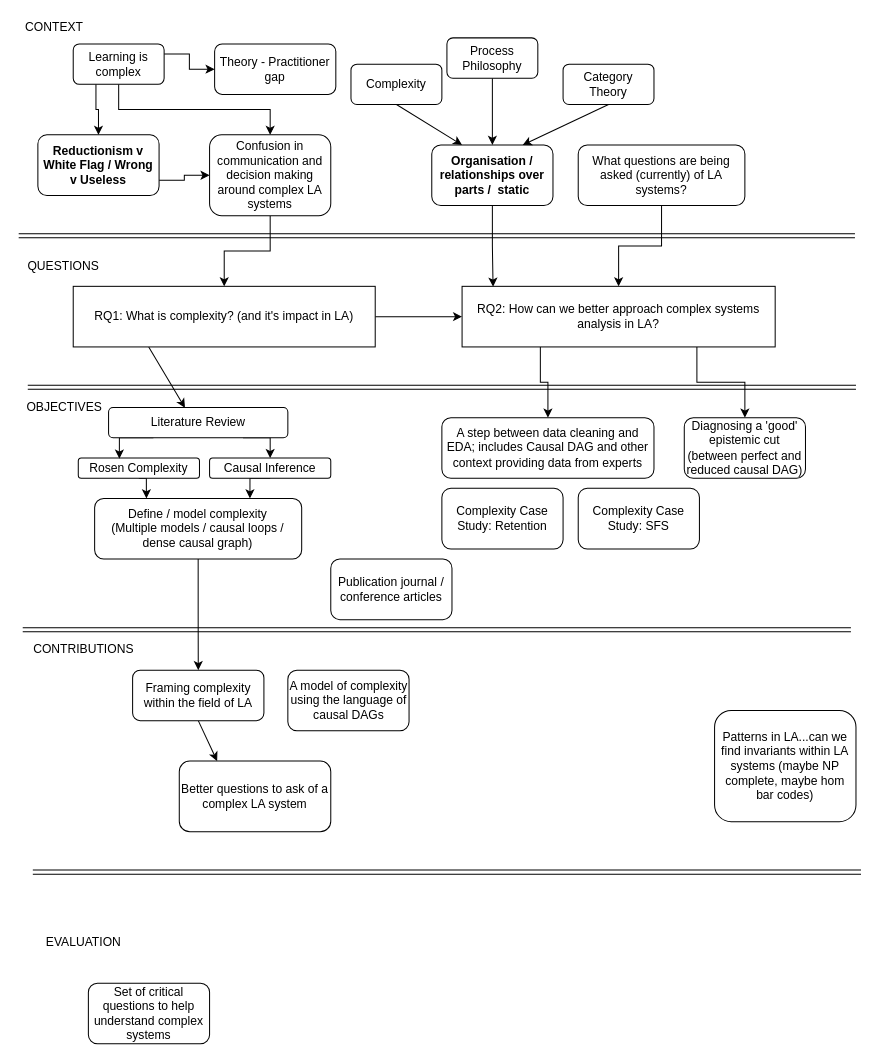
Earlier version of the draw.io diagram Thesis diagram 02.drawio (benwhicks/phd). Source tidied: cells renumbered, new cells numbered last; positions are measured from the earlier drawing's top-left corner, leaving out a move shared by most shapes. Both pictures are drawn from the tidied source at 101%, with x=0, y=0 at pixel (17, 17).
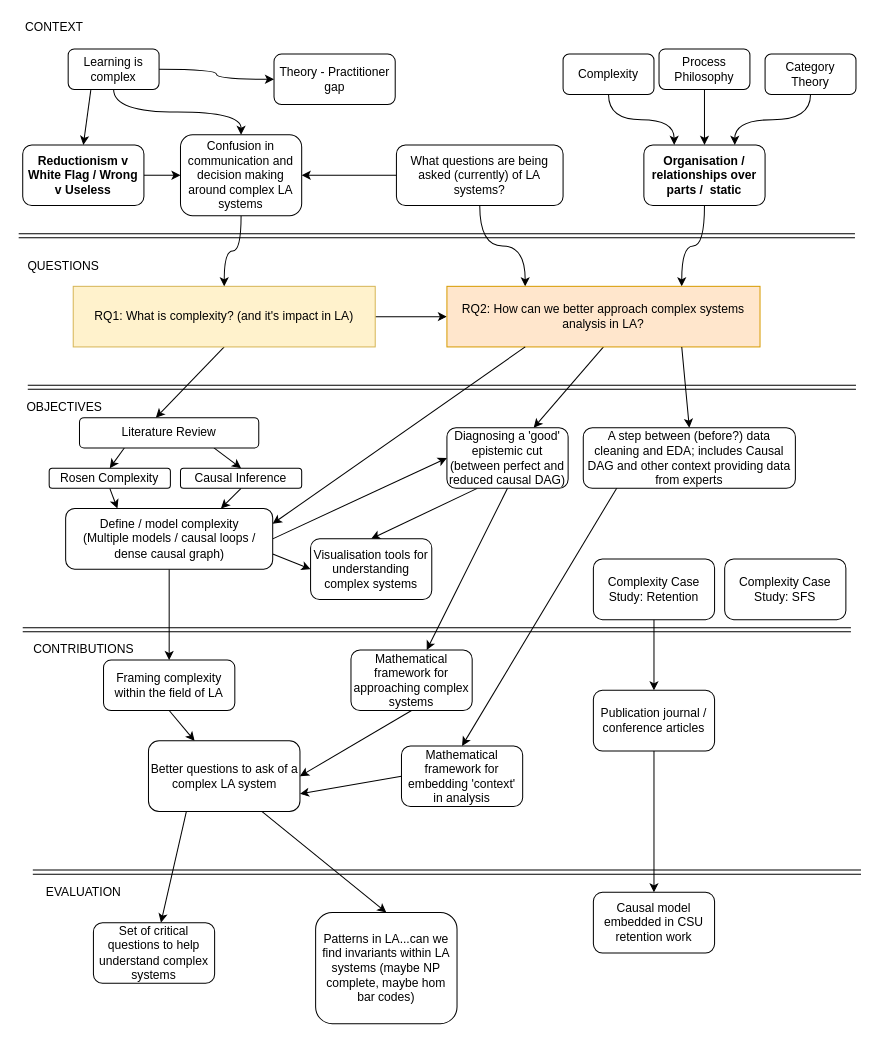
The same page after the edit.

What changed in the source:
```diff
@@
-    <mxCell id="2" style="rounded=0;jettySize=auto;html=1;exitX=0.25;exitY=1;exitDx=0;exitDy=0;entryX=0.426;entryY=0.005;entryDx=0;entryDy=0;entryPerimeter=0;" parent="1" edge="1" source="4" target="50">
+    <mxCell id="2" style="rounded=0;jettySize=auto;html=1;exitX=0.5;exitY=1;exitDx=0;exitDy=0;entryX=0.426;entryY=0.005;entryDx=0;entryDy=0;entryPerimeter=0;" parent="1" edge="1" source="4" target="50">
       <mxGeometry relative="1" as="geometry" />
     </mxCell>
@@
-    <mxCell id="4" value="&lt;span&gt;RQ1: What is complexity? (and it's impact in LA)&lt;/span&gt;" style="rounded=0;whiteSpace=wrap;html=1;" parent="1" vertex="1">
+    <mxCell id="4" value="&lt;span&gt;RQ1: What is complexity? (and it's impact in LA)&lt;/span&gt;" style="rounded=0;whiteSpace=wrap;html=1;fillColor=#fff2cc;strokeColor=#d6b656;" parent="1" vertex="1">
       <mxGeometry x="55" y="266" width="299" height="60" as="geometry" />
     </mxCell>
@@
     <mxCell id="11" value="EVALUATION" style="text;html=1;align=center;verticalAlign=middle;" parent="1" vertex="1">
-      <mxGeometry x="20" y="906" width="90" height="20" as="geometry" />
+      <mxGeometry x="20" y="856" width="90" height="20" as="geometry" />
     </mxCell>
@@
-    <mxCell id="13" style="rounded=0;jettySize=auto;html=1;exitX=0.5;exitY=1;exitDx=0;exitDy=0;entryX=0.25;entryY=0;entryDx=0;entryDy=0;" parent="1" edge="1" source="14" target="26">
+    <mxCell id="13" style="rounded=0;jettySize=auto;html=1;exitX=0.5;exitY=1;exitDx=0;exitDy=0;" parent="1" edge="1" source="14" target="26">
       <mxGeometry relative="1" as="geometry" />
     </mxCell>
     <mxCell id="14" value="Framing complexity within the field of LA" style="rounded=1;whiteSpace=wrap;html=1;" parent="1" vertex="1">
-      <mxGeometry x="113.8" y="646" width="130" height="50" as="geometry" />
+      <mxGeometry x="85" y="636" width="130" height="50" as="geometry" />
     </mxCell>
-    <mxCell id="15" style="edgeStyle=orthogonalEdgeStyle;rounded=0;jettySize=auto;html=1;exitX=0.5;exitY=1;exitDx=0;exitDy=0;entryX=0.5;entryY=0;entryDx=0;entryDy=0;" parent="1" edge="1" source="54" target="14">
+    <mxCell id="15" style="rounded=0;jettySize=auto;html=1;exitX=0.5;exitY=1;exitDx=0;exitDy=0;entryX=0.5;entryY=0;entryDx=0;entryDy=0;" parent="1" edge="1" source="54" target="14">
       <mxGeometry relative="1" as="geometry" />
     </mxCell>
-    <mxCell id="16" style="edgeStyle=orthogonalEdgeStyle;rounded=0;jettySize=auto;html=1;exitX=0.5;exitY=1;exitDx=0;exitDy=0;entryX=0.25;entryY=0;entryDx=0;entryDy=0;" parent="1" edge="1" source="17" target="54">
+    <mxCell id="16" style="rounded=0;jettySize=auto;html=1;exitX=0.5;exitY=1;exitDx=0;exitDy=0;entryX=0.25;entryY=0;entryDx=0;entryDy=0;" parent="1" edge="1" source="17" target="54">
       <mxGeometry relative="1" as="geometry" />
     </mxCell>
     <mxCell id="17" value="Rosen Complexity" style="rounded=1;whiteSpace=wrap;html=1;" parent="1" vertex="1">
-      <mxGeometry x="60" y="436" width="120" height="20" as="geometry" />
+      <mxGeometry x="31.2" y="446" width="120" height="20" as="geometry" />
     </mxCell>
-    <mxCell id="18" style="edgeStyle=orthogonalEdgeStyle;rounded=0;jettySize=auto;html=1;exitX=0.5;exitY=1;exitDx=0;exitDy=0;entryX=0.75;entryY=0;entryDx=0;entryDy=0;" parent="1" edge="1" source="19" target="54">
+    <mxCell id="18" style="rounded=0;jettySize=auto;html=1;exitX=0.5;exitY=1;exitDx=0;exitDy=0;entryX=0.75;entryY=0;entryDx=0;entryDy=0;" parent="1" edge="1" source="19" target="54">
       <mxGeometry relative="1" as="geometry" />
     </mxCell>
     <mxCell id="19" value="Causal Inference" style="rounded=1;whiteSpace=wrap;html=1;" parent="1" vertex="1">
-      <mxGeometry x="190" y="436" width="120" height="20" as="geometry" />
+      <mxGeometry x="161.2" y="446" width="120" height="20" as="geometry" />
     </mxCell>
     <mxCell id="20" value="Theory - Practitioner gap" style="rounded=1;whiteSpace=wrap;html=1;" parent="1" vertex="1">
-      <mxGeometry x="195" y="26" width="120" height="50" as="geometry" />
+      <mxGeometry x="253.8" y="36" width="120" height="50" as="geometry" />
     </mxCell>
-    <mxCell id="21" style="edgeStyle=orthogonalEdgeStyle;rounded=0;jettySize=auto;html=1;exitX=1;exitY=0.75;exitDx=0;exitDy=0;entryX=0;entryY=0.5;entryDx=0;entryDy=0;" parent="1" edge="1" source="22" target="44">
+    <mxCell id="21" style="rounded=0;jettySize=auto;html=1;exitX=1;exitY=0.5;exitDx=0;exitDy=0;entryX=0;entryY=0.5;entryDx=0;entryDy=0;" parent="1" edge="1" source="22" target="44">
       <mxGeometry relative="1" as="geometry" />
     </mxCell>
     <mxCell id="22" value="Reductionism v White Flag / Wrong v Useless" style="rounded=1;whiteSpace=wrap;html=1;fontStyle=1;" parent="1" vertex="1">
-      <mxGeometry x="20" y="116" width="120" height="60" as="geometry" />
+      <mxGeometry x="5" y="126" width="120" height="60" as="geometry" />
     </mxCell>
-    <mxCell id="23" value="A model of complexity using the language of causal DAGs" style="rounded=1;whiteSpace=wrap;html=1;" parent="1" vertex="1">
-      <mxGeometry x="267.5" y="646" width="120" height="60" as="geometry" />
-    </mxCell>
-    <mxCell id="24" style="edgeStyle=orthogonalEdgeStyle;rounded=0;jettySize=auto;html=1;exitX=0.5;exitY=1;exitDx=0;exitDy=0;entryX=0.099;entryY=0.005;entryDx=0;entryDy=0;entryPerimeter=0;" parent="1" edge="1" source="25" target="30">
+    <mxCell id="24" style="edgeStyle=orthogonalEdgeStyle;rounded=0;jettySize=auto;html=1;exitX=0.5;exitY=1;exitDx=0;exitDy=0;entryX=0.75;entryY=0;entryDx=0;entryDy=0;curved=1;" parent="1" edge="1" source="25" target="30">
       <mxGeometry relative="1" as="geometry" />
     </mxCell>
     <mxCell id="25" value="Organisation / relationships over parts /&amp;nbsp; static" style="rounded=1;whiteSpace=wrap;html=1;fontStyle=1;" parent="1" vertex="1">
-      <mxGeometry x="410" y="126" width="120" height="60" as="geometry" />
+      <mxGeometry x="620" y="126" width="120" height="60" as="geometry" />
     </mxCell>
+    <mxCell id="56" style="edgeStyle=none;rounded=0;jettySize=auto;html=1;exitX=0.25;exitY=1;exitDx=0;exitDy=0;" parent="1" edge="1" source="26" target="31">
+      <mxGeometry relative="1" as="geometry" />
+    </mxCell>
+    <mxCell id="57" style="edgeStyle=none;rounded=0;jettySize=auto;html=1;exitX=0.75;exitY=1;exitDx=0;exitDy=0;entryX=0.5;entryY=0;entryDx=0;entryDy=0;" parent="1" edge="1" source="26" target="32">
+      <mxGeometry relative="1" as="geometry" />
+    </mxCell>
     <mxCell id="26" value="Better questions to ask of a complex LA system" style="rounded=1;whiteSpace=wrap;html=1;" parent="1" vertex="1">
-      <mxGeometry x="160" y="736" width="150" height="70" as="geometry" />
+      <mxGeometry x="129.5" y="716" width="150" height="70" as="geometry" />
     </mxCell>
-    <mxCell id="27" style="edgeStyle=orthogonalEdgeStyle;rounded=0;jettySize=auto;html=1;exitX=0.5;exitY=1;exitDx=0;exitDy=0;" parent="1" edge="1" source="28" target="30">
+    <mxCell id="27" style="edgeStyle=orthogonalEdgeStyle;rounded=0;jettySize=auto;html=1;exitX=0.5;exitY=1;exitDx=0;exitDy=0;curved=1;entryX=0.25;entryY=0;entryDx=0;entryDy=0;" parent="1" edge="1" source="28" target="30">
       <mxGeometry relative="1" as="geometry" />
     </mxCell>
+    <mxCell id="58" style="edgeStyle=orthogonalEdgeStyle;curved=1;rounded=0;jettySize=auto;html=1;exitX=0;exitY=0.5;exitDx=0;exitDy=0;entryX=1;entryY=0.5;entryDx=0;entryDy=0;" parent="1" edge="1" source="28" target="44">
+      <mxGeometry relative="1" as="geometry" />
+    </mxCell>
     <mxCell id="28" value="What questions are being asked (currently) of LA systems?" style="rounded=1;whiteSpace=wrap;html=1;" parent="1" vertex="1">
-      <mxGeometry x="555" y="126" width="165" height="60" as="geometry" />
+      <mxGeometry x="375" y="126" width="165" height="60" as="geometry" />
     </mxCell>
-    <mxCell id="29" style="edgeStyle=orthogonalEdgeStyle;rounded=0;jettySize=auto;html=1;exitX=0.75;exitY=1;exitDx=0;exitDy=0;" parent="1" edge="1" source="30" target="47">
+    <mxCell id="29" style="rounded=0;jettySize=auto;html=1;exitX=0.5;exitY=1;exitDx=0;exitDy=0;" parent="1" edge="1" source="30" target="47">
       <mxGeometry relative="1" as="geometry" />
     </mxCell>
-    <mxCell id="30" value="RQ2: How can we better approach complex systems analysis in LA?" style="rounded=0;whiteSpace=wrap;html=1;" parent="1" vertex="1">
-      <mxGeometry x="440" y="266" width="310" height="60" as="geometry" />
+    <mxCell id="30" value="RQ2: How can we better approach complex systems analysis in LA?" style="rounded=0;whiteSpace=wrap;html=1;fillColor=#ffe6cc;strokeColor=#d79b00;" parent="1" vertex="1">
+      <mxGeometry x="425" y="266" width="310" height="60" as="geometry" />
     </mxCell>
     <mxCell id="31" value="Set of critical questions to help understand complex systems" style="rounded=1;whiteSpace=wrap;html=1;" parent="1" vertex="1">
-      <mxGeometry x="70" y="956" width="120" height="60" as="geometry" />
+      <mxGeometry x="75" y="896" width="120" height="60" as="geometry" />
     </mxCell>
     <mxCell id="32" value="Patterns in LA...can we find invariants within LA systems (maybe NP complete, maybe hom bar codes)" style="rounded=1;whiteSpace=wrap;html=1;" parent="1" vertex="1">
-      <mxGeometry x="690" y="686" width="140" height="110" as="geometry" />
+      <mxGeometry x="295" y="886" width="140" height="110" as="geometry" />
     </mxCell>
@@
     <mxCell id="35" value="Process Philosophy" style="rounded=1;whiteSpace=wrap;html=1;" parent="1" vertex="1">
-      <mxGeometry x="425" y="20" width="90" height="40" as="geometry" />
+      <mxGeometry x="635" y="31" width="90" height="40" as="geometry" />
     </mxCell>
     <mxCell id="36" value="Category Theory" style="rounded=1;whiteSpace=wrap;html=1;" parent="1" vertex="1">
-      <mxGeometry x="540" y="46" width="90" height="40" as="geometry" />
+      <mxGeometry x="740" y="36" width="90" height="40" as="geometry" />
     </mxCell>
-    <mxCell id="37" style="edgeStyle=orthogonalEdgeStyle;rounded=0;jettySize=auto;html=1;exitX=0.5;exitY=1;exitDx=0;exitDy=0;" parent="1" edge="1" source="40" target="44">
+    <mxCell id="37" style="edgeStyle=orthogonalEdgeStyle;rounded=0;jettySize=auto;html=1;exitX=0.5;exitY=1;exitDx=0;exitDy=0;curved=1;" parent="1" edge="1" source="40" target="44">
       <mxGeometry relative="1" as="geometry" />
     </mxCell>
-    <mxCell id="38" style="edgeStyle=orthogonalEdgeStyle;rounded=0;jettySize=auto;html=1;exitX=0.25;exitY=1;exitDx=0;exitDy=0;entryX=0.5;entryY=0;entryDx=0;entryDy=0;" parent="1" edge="1" source="40" target="22">
+    <mxCell id="38" style="rounded=0;jettySize=auto;html=1;exitX=0.25;exitY=1;exitDx=0;exitDy=0;entryX=0.5;entryY=0;entryDx=0;entryDy=0;" parent="1" edge="1" source="40" target="22">
       <mxGeometry relative="1" as="geometry" />
     </mxCell>
-    <mxCell id="39" style="edgeStyle=orthogonalEdgeStyle;rounded=0;jettySize=auto;html=1;exitX=1;exitY=0.25;exitDx=0;exitDy=0;" parent="1" edge="1" source="40" target="20">
+    <mxCell id="39" style="edgeStyle=orthogonalEdgeStyle;rounded=0;jettySize=auto;html=1;exitX=1;exitY=0.5;exitDx=0;exitDy=0;curved=1;" parent="1" edge="1" source="40" target="20">
       <mxGeometry relative="1" as="geometry" />
     </mxCell>
     <mxCell id="40" value="Learning is complex" style="rounded=1;whiteSpace=wrap;html=1;" parent="1" vertex="1">
-      <mxGeometry x="55" y="26" width="90" height="40" as="geometry" />
+      <mxGeometry x="50" y="31" width="90" height="40" as="geometry" />
     </mxCell>
-    <mxCell id="41" style="endArrow=classic;html=1;exitX=0.5;exitY=1;exitDx=0;exitDy=0;entryX=0.25;entryY=0;entryDx=0;entryDy=0;" parent="1" edge="1" source="53" target="25">
+    <mxCell id="41" style="endArrow=classic;html=1;exitX=0.5;exitY=1;exitDx=0;exitDy=0;entryX=0.25;entryY=0;entryDx=0;entryDy=0;edgeStyle=orthogonalEdgeStyle;curved=1;" parent="1" edge="1" source="53" target="25">
       <mxGeometry relative="1" as="geometry" />
     </mxCell>
-    <mxCell id="42" style="endArrow=classic;html=1;exitX=0.5;exitY=1;exitDx=0;exitDy=0;entryX=0.75;entryY=0;entryDx=0;entryDy=0;" parent="1" edge="1" source="36" target="25">
+    <mxCell id="42" style="endArrow=classic;html=1;exitX=0.5;exitY=1;exitDx=0;exitDy=0;entryX=0.75;entryY=0;entryDx=0;entryDy=0;edgeStyle=orthogonalEdgeStyle;curved=1;" parent="1" edge="1" source="36" target="25">
       <mxGeometry relative="1" as="geometry" />
     </mxCell>
-    <mxCell id="43" style="edgeStyle=orthogonalEdgeStyle;rounded=0;jettySize=auto;html=1;exitX=0.5;exitY=1;exitDx=0;exitDy=0;" parent="1" edge="1" source="44" target="4">
+    <mxCell id="43" style="edgeStyle=orthogonalEdgeStyle;rounded=0;jettySize=auto;html=1;exitX=0.5;exitY=1;exitDx=0;exitDy=0;curved=1;" parent="1" edge="1" source="44" target="4">
       <mxGeometry relative="1" as="geometry" />
     </mxCell>
     <mxCell id="44" value="Confusion in communication and decision making around complex LA systems" style="rounded=1;whiteSpace=wrap;html=1;" parent="1" vertex="1">
-      <mxGeometry x="190" y="116" width="120" height="80" as="geometry" />
+      <mxGeometry x="161.2" y="116" width="120" height="80" as="geometry" />
     </mxCell>
-    <mxCell id="45" style="edgeStyle=orthogonalEdgeStyle;rounded=0;jettySize=auto;html=1;entryX=0.5;entryY=0;entryDx=0;entryDy=0;exitX=0.25;exitY=1;exitDx=0;exitDy=0;" parent="1" edge="1" source="30" target="46">
+    <mxCell id="45" style="rounded=0;jettySize=auto;html=1;entryX=0.5;entryY=0;entryDx=0;entryDy=0;exitX=0.75;exitY=1;exitDx=0;exitDy=0;" parent="1" edge="1" source="30" target="46">
       <mxGeometry relative="1" as="geometry" />
     </mxCell>
+    <mxCell id="59" style="edgeStyle=none;rounded=0;jettySize=auto;html=1;exitX=0.159;exitY=0.989;exitDx=0;exitDy=0;entryX=0.5;entryY=0;entryDx=0;entryDy=0;exitPerimeter=0;" parent="1" edge="1" source="46" target="69">
+      <mxGeometry relative="1" as="geometry" />
+    </mxCell>
-    <mxCell id="46" value="A step between data cleaning and EDA; includes Causal DAG and other context providing data from experts" style="rounded=1;whiteSpace=wrap;html=1;" parent="1" vertex="1">
-      <mxGeometry x="420" y="396" width="210" height="60" as="geometry" />
+    <mxCell id="46" value="A step between (before?) data cleaning and EDA; includes Causal DAG and other context providing data from experts" style="rounded=1;whiteSpace=wrap;html=1;" parent="1" vertex="1">
+      <mxGeometry x="560" y="406" width="210" height="60" as="geometry" />
     </mxCell>
+    <mxCell id="60" style="edgeStyle=none;rounded=0;jettySize=auto;html=1;exitX=0.25;exitY=1;exitDx=0;exitDy=0;entryX=0.5;entryY=0;entryDx=0;entryDy=0;" parent="1" edge="1" source="47" target="67">
+      <mxGeometry relative="1" as="geometry" />
+    </mxCell>
+    <mxCell id="61" style="edgeStyle=none;rounded=0;jettySize=auto;html=1;exitX=0.5;exitY=1;exitDx=0;exitDy=0;" parent="1" edge="1" source="47" target="71">
+      <mxGeometry relative="1" as="geometry" />
+    </mxCell>
     <mxCell id="47" value="Diagnosing a 'good' epistemic cut (between perfect and reduced causal DAG)" style="rounded=1;whiteSpace=wrap;html=1;" parent="1" vertex="1">
-      <mxGeometry x="660" y="396" width="120" height="60" as="geometry" />
+      <mxGeometry x="425" y="406" width="120" height="60" as="geometry" />
     </mxCell>
-    <mxCell id="48" style="edgeStyle=orthogonalEdgeStyle;rounded=0;jettySize=auto;html=1;exitX=0.25;exitY=1;exitDx=0;exitDy=0;entryX=0.339;entryY=0.03;entryDx=0;entryDy=0;entryPerimeter=0;" parent="1" edge="1" source="50" target="17">
+    <mxCell id="48" style="rounded=0;jettySize=auto;html=1;exitX=0.25;exitY=1;exitDx=0;exitDy=0;entryX=0.5;entryY=0;entryDx=0;entryDy=0;" parent="1" edge="1" source="50" target="17">
       <mxGeometry relative="1" as="geometry" />
     </mxCell>
-    <mxCell id="49" style="edgeStyle=orthogonalEdgeStyle;rounded=0;jettySize=auto;html=1;exitX=0.75;exitY=1;exitDx=0;exitDy=0;entryX=0.5;entryY=0;entryDx=0;entryDy=0;" parent="1" edge="1" source="50" target="19">
+    <mxCell id="49" style="rounded=0;jettySize=auto;html=1;exitX=0.75;exitY=1;exitDx=0;exitDy=0;entryX=0.5;entryY=0;entryDx=0;entryDy=0;" parent="1" edge="1" source="50" target="19">
       <mxGeometry relative="1" as="geometry" />
     </mxCell>
     <mxCell id="50" value="Literature Review" style="whiteSpace=wrap;html=1;rounded=1;glass=0;" parent="1" vertex="1">
-      <mxGeometry x="90" y="386" width="177.5" height="30" as="geometry" />
+      <mxGeometry x="61.2" y="396" width="177.5" height="30" as="geometry" />
     </mxCell>
+    <mxCell id="62" style="edgeStyle=none;rounded=0;jettySize=auto;html=1;exitX=0.5;exitY=1;exitDx=0;exitDy=0;entryX=0.5;entryY=0;entryDx=0;entryDy=0;" parent="1" edge="1" source="51" target="55">
+      <mxGeometry relative="1" as="geometry" />
+    </mxCell>
     <mxCell id="51" value="Complexity Case Study: Retention" style="whiteSpace=wrap;html=1;rounded=1;glass=0;" parent="1" vertex="1">
-      <mxGeometry x="420" y="466" width="120" height="60" as="geometry" />
+      <mxGeometry x="570" y="536" width="120" height="60" as="geometry" />
     </mxCell>
     <mxCell id="52" value="Complexity Case Study: SFS" style="whiteSpace=wrap;html=1;rounded=1;glass=0;" parent="1" vertex="1">
-      <mxGeometry x="555" y="466" width="120" height="60" as="geometry" />
+      <mxGeometry x="700" y="536" width="120" height="60" as="geometry" />
     </mxCell>
     <mxCell id="53" value="Complexity" style="rounded=1;whiteSpace=wrap;html=1;" parent="1" vertex="1">
-      <mxGeometry x="330" y="46" width="90" height="40" as="geometry" />
+      <mxGeometry x="540" y="36" width="90" height="40" as="geometry" />
     </mxCell>
+    <mxCell id="63" style="edgeStyle=none;rounded=0;jettySize=auto;html=1;exitX=1;exitY=0.5;exitDx=0;exitDy=0;entryX=0;entryY=0.5;entryDx=0;entryDy=0;" parent="1" edge="1" source="54" target="47">
+      <mxGeometry relative="1" as="geometry" />
+    </mxCell>
+    <mxCell id="64" style="edgeStyle=none;rounded=0;jettySize=auto;html=1;exitX=1;exitY=0.75;exitDx=0;exitDy=0;entryX=0;entryY=0.5;entryDx=0;entryDy=0;" parent="1" edge="1" source="54" target="67">
+      <mxGeometry relative="1" as="geometry" />
+    </mxCell>
     <mxCell id="54" value="Define / model complexity &lt;br&gt;(Multiple models / causal loops / dense causal graph)" style="rounded=1;whiteSpace=wrap;html=1;" parent="1" vertex="1">
-      <mxGeometry x="76.2" y="476" width="205" height="60" as="geometry" />
+      <mxGeometry x="47.5" y="486" width="205" height="60" as="geometry" />
     </mxCell>
+    <mxCell id="65" style="edgeStyle=none;rounded=0;jettySize=auto;html=1;exitX=0.5;exitY=1;exitDx=0;exitDy=0;entryX=0.5;entryY=0;entryDx=0;entryDy=0;" parent="1" edge="1" source="55" target="72">
+      <mxGeometry relative="1" as="geometry" />
+    </mxCell>
     <mxCell id="55" value="Publication journal / conference articles" style="whiteSpace=wrap;html=1;rounded=1;glass=0;" parent="1" vertex="1">
-      <mxGeometry x="310" y="536" width="120" height="60" as="geometry" />
+      <mxGeometry x="570" y="666" width="120" height="60" as="geometry" />
     </mxCell>
+    <mxCell id="66" style="endArrow=classic;html=1;exitX=0.25;exitY=1;exitDx=0;exitDy=0;entryX=1;entryY=0.25;entryDx=0;entryDy=0;" parent="1" edge="1" source="30" target="54">
+      <mxGeometry relative="1" as="geometry" />
+    </mxCell>
+    <mxCell id="67" value="Visualisation tools for understanding complex systems" style="whiteSpace=wrap;html=1;rounded=1;glass=0;" parent="1" vertex="1">
+      <mxGeometry x="290" y="516" width="120" height="60" as="geometry" />
+    </mxCell>
+    <mxCell id="68" style="edgeStyle=none;rounded=0;jettySize=auto;html=1;exitX=0;exitY=0.5;exitDx=0;exitDy=0;entryX=1;entryY=0.75;entryDx=0;entryDy=0;" parent="1" edge="1" source="69" target="26">
+      <mxGeometry relative="1" as="geometry" />
+    </mxCell>
+    <mxCell id="69" value="Mathematical framework for embedding 'context' in analysis" style="whiteSpace=wrap;html=1;rounded=1;glass=0;" parent="1" vertex="1">
+      <mxGeometry x="380" y="721" width="120" height="60" as="geometry" />
+    </mxCell>
+    <mxCell id="70" style="edgeStyle=none;rounded=0;jettySize=auto;html=1;exitX=0.5;exitY=1;exitDx=0;exitDy=0;entryX=1;entryY=0.5;entryDx=0;entryDy=0;" parent="1" edge="1" source="71" target="26">
+      <mxGeometry relative="1" as="geometry" />
+    </mxCell>
+    <mxCell id="71" value="Mathematical framework for approaching complex systems" style="whiteSpace=wrap;html=1;rounded=1;glass=0;" parent="1" vertex="1">
+      <mxGeometry x="330" y="626" width="120" height="60" as="geometry" />
+    </mxCell>
+    <mxCell id="72" value="Causal model embedded in CSU retention work" style="whiteSpace=wrap;html=1;rounded=1;glass=0;" parent="1" vertex="1">
+      <mxGeometry x="570" y="866" width="120" height="60" as="geometry" />
+    </mxCell>
```
